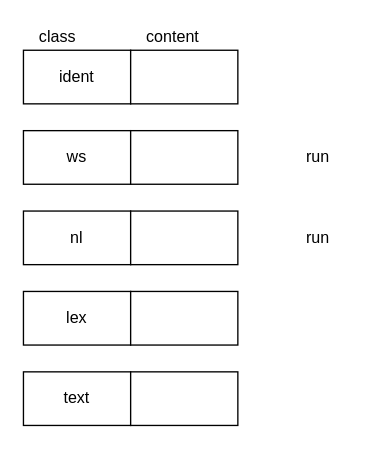
guitarvydas/dasl2 keeps this draw.io diagram as page "basic tokens" (1 of 6) of asca/tokens.drawio. Above is the earlier version. Source tidied: cells renumbered, new cells numbered last; positions are measured from the earlier drawing's top-left corner, leaving out a move shared by most shapes. Both pictures are drawn from the tidied source at 134%, with x=0, y=0 at pixel (23, 23).
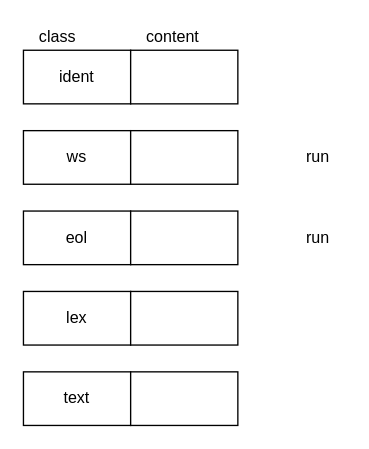
The same diagram, later.

The edit, as a diff of the source:
```diff
@@
 <mxGraphModel>
   <root>
     <mxCell id="0" />
     <mxCell id="1" parent="0" />
     <mxCell id="2" value="ident" style="rounded=0;whiteSpace=wrap;html=1;" parent="1" vertex="1">
       <mxGeometry y="20" width="80" height="40" as="geometry" />
     </mxCell>
     <mxCell id="3" style="rounded=0;whiteSpace=wrap;html=1;" parent="1" vertex="1">
       <mxGeometry x="80" y="20" width="80" height="40" as="geometry" />
     </mxCell>
     <mxCell id="4" value="class" style="text;html=1;strokeColor=none;fillColor=none;align=left;verticalAlign=middle;whiteSpace=wrap;rounded=0;" parent="1" vertex="1">
       <mxGeometry x="10" width="40" height="20" as="geometry" />
     </mxCell>
     <mxCell id="5" value="content" style="text;html=1;strokeColor=none;fillColor=none;align=left;verticalAlign=middle;whiteSpace=wrap;rounded=0;" parent="1" vertex="1">
       <mxGeometry x="90" width="40" height="20" as="geometry" />
     </mxCell>
     <mxCell id="6" value="ws" style="rounded=0;whiteSpace=wrap;html=1;" parent="1" vertex="1">
       <mxGeometry y="80" width="80" height="40" as="geometry" />
     </mxCell>
     <mxCell id="7" style="rounded=0;whiteSpace=wrap;html=1;" parent="1" vertex="1">
       <mxGeometry x="80" y="80" width="80" height="40" as="geometry" />
     </mxCell>
-    <mxCell id="8" value="nl" style="rounded=0;whiteSpace=wrap;html=1;" parent="1" vertex="1">
+    <mxCell id="8" value="eol" style="rounded=0;whiteSpace=wrap;html=1;" parent="1" vertex="1">
       <mxGeometry y="140" width="80" height="40" as="geometry" />
     </mxCell>
     <mxCell id="9" style="rounded=0;whiteSpace=wrap;html=1;" parent="1" vertex="1">
       <mxGeometry x="80" y="140" width="80" height="40" as="geometry" />
     </mxCell>
     <mxCell id="10" value="lex" style="rounded=0;whiteSpace=wrap;html=1;" parent="1" vertex="1">
       <mxGeometry y="200" width="80" height="40" as="geometry" />
     </mxCell>
     <mxCell id="11" style="rounded=0;whiteSpace=wrap;html=1;" parent="1" vertex="1">
       <mxGeometry x="80" y="200" width="80" height="40" as="geometry" />
     </mxCell>
     <mxCell id="12" value="text" style="rounded=0;whiteSpace=wrap;html=1;" parent="1" vertex="1">
       <mxGeometry y="260" width="80" height="40" as="geometry" />
     </mxCell>
     <mxCell id="13" style="rounded=0;whiteSpace=wrap;html=1;" parent="1" vertex="1">
       <mxGeometry x="80" y="260" width="80" height="40" as="geometry" />
     </mxCell>
     <mxCell id="14" value="run" style="text;html=1;strokeColor=none;fillColor=none;align=center;verticalAlign=middle;whiteSpace=wrap;rounded=0;" parent="1" vertex="1">
       <mxGeometry x="200" y="90" width="40" height="20" as="geometry" />
     </mxCell>
     <mxCell id="15" value="run" style="text;html=1;strokeColor=none;fillColor=none;align=center;verticalAlign=middle;whiteSpace=wrap;rounded=0;" parent="1" vertex="1">
       <mxGeometry x="200" y="150" width="40" height="20" as="geometry" />
     </mxCell>
   </root>
 </mxGraphModel>
```
